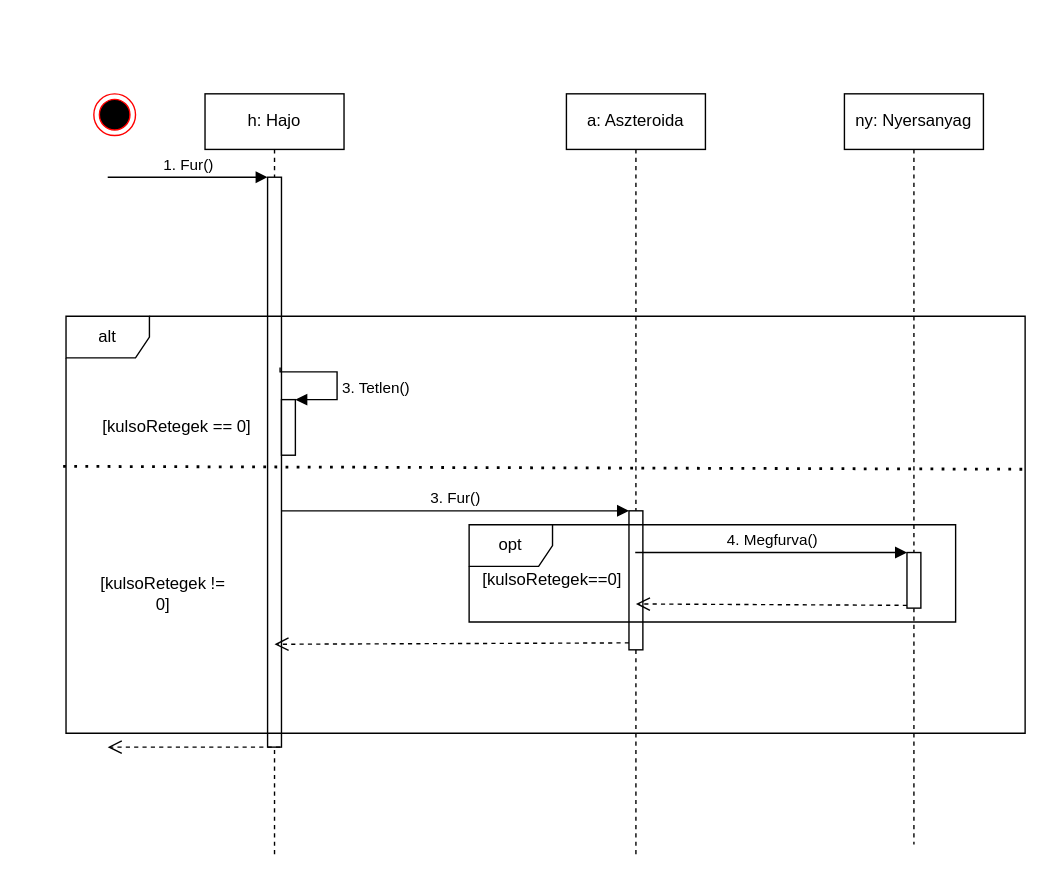
torpeBoiGo/aszteroidabanyaszat keeps this draw.io diagram as doc/uml/ship_drills.drawio. Above is the earlier version. Source tidied: cells renumbered, new cells numbered last; positions are measured from the earlier drawing's top-left corner, leaving out a move shared by most shapes. Both pictures are drawn from the tidied source at 139%, with x=0, y=0 at pixel (65, 93).
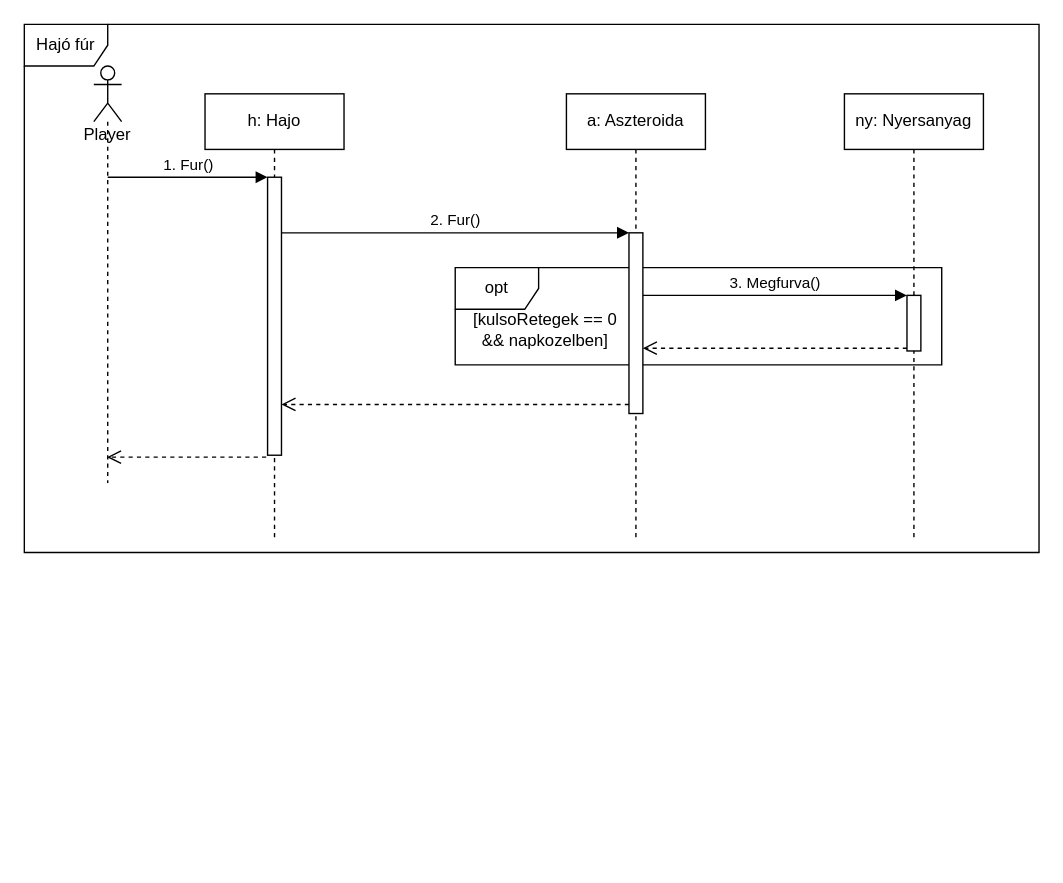
Above is the later version.

The edit, as a diff of the source:
```diff
@@
+    <mxCell id="23" value="Hajó fúr" style="shape=umlFrame;whiteSpace=wrap;html=1;" parent="1" vertex="1">
+      <mxGeometry x="-30" y="-50" width="730" height="380" as="geometry" />
+    </mxCell>
+    <mxCell id="20" value="opt" style="shape=umlFrame;whiteSpace=wrap;html=1;" parent="1" vertex="1">
+      <mxGeometry x="280" y="125" width="350" height="70" as="geometry" />
+    </mxCell>
     <mxCell id="2" value="h: Hajo" style="shape=umlLifeline;perimeter=lifelinePerimeter;whiteSpace=wrap;html=1;" parent="1" vertex="1">
-      <mxGeometry x="100" width="100" height="550" as="geometry" />
+      <mxGeometry x="100" width="100" height="320" as="geometry" />
     </mxCell>
     <mxCell id="3" style="html=1;points=[];perimeter=orthogonalPerimeter;" parent="2" vertex="1">
-      <mxGeometry x="45" y="60" width="10" height="410" as="geometry" />
+      <mxGeometry x="45" y="60" width="10" height="200" as="geometry" />
     </mxCell>
@@
-    <mxCell id="5" style="html=1;verticalAlign=bottom;endArrow=open;dashed=1;endSize=8;" parent="2" edge="1">
-      <mxGeometry x="0.24" y="77" relative="1" as="geometry">
-        <mxPoint x="54" y="470" as="sourcePoint" />
-        <mxPoint x="-70" y="470" as="targetPoint" />
-      </mxGeometry>
-    </mxCell>
-    <mxCell id="6" style="html=1;points=[];perimeter=orthogonalPerimeter;" parent="2" vertex="1">
-      <mxGeometry x="55" y="220" width="10" height="40" as="geometry" />
-    </mxCell>
-    <mxCell id="7" value="3. Tetlen()" style="edgeStyle=orthogonalEdgeStyle;html=1;align=left;spacingLeft=2;endArrow=block;rounded=0;entryX=1;entryY=0;exitX=0.9;exitY=0.334;exitDx=0;exitDy=0;exitPerimeter=0;" parent="2" edge="1" source="3" target="6">
-      <mxGeometry x="0.2" relative="1" as="geometry">
-        <Array as="points">
-          <mxPoint x="54" y="200" />
-          <mxPoint x="95" y="200" />
-          <mxPoint x="95" y="220" />
-        </Array>
-      </mxGeometry>
-    </mxCell>
     <mxCell id="8" value="a: Aszteroida" style="shape=umlLifeline;perimeter=lifelinePerimeter;whiteSpace=wrap;html=1;outlineConnect=0;" parent="1" vertex="1">
-      <mxGeometry x="360" width="100" height="550" as="geometry" />
+      <mxGeometry x="360" width="100" height="320" as="geometry" />
     </mxCell>
     <mxCell id="9" style="html=1;points=[];perimeter=orthogonalPerimeter;" parent="8" vertex="1">
-      <mxGeometry x="45" y="300" width="10" height="100" as="geometry" />
+      <mxGeometry x="45" y="100" width="10" height="130" as="geometry" />
     </mxCell>
-    <mxCell id="10" value="3. Fur()" style="html=1;verticalAlign=bottom;endArrow=block;entryX=0;entryY=0;" parent="1" edge="1" source="3" target="9">
+    <mxCell id="10" value="2. Fur()" style="html=1;verticalAlign=bottom;endArrow=block;entryX=0;entryY=0;" parent="1" edge="1" source="3" target="9">
       <mxGeometry relative="1" as="geometry" />
     </mxCell>
-    <mxCell id="11" style="html=1;verticalAlign=bottom;endArrow=open;dashed=1;endSize=8;exitX=0;exitY=0.95;" parent="1" edge="1" source="9">
-      <mxGeometry x="0.02" y="54" relative="1" as="geometry">
-        <mxPoint x="150" y="396" as="targetPoint" />
-      </mxGeometry>
+    <mxCell id="11" style="html=1;verticalAlign=bottom;endArrow=open;dashed=1;endSize=8;exitX=0;exitY=0.95;" parent="1" edge="1" source="9" target="3">
+      <mxGeometry x="0.02" y="54" relative="1" as="geometry" />
     </mxCell>
-    <mxCell id="12" value="alt" style="shape=umlFrame;whiteSpace=wrap;html=1;" parent="1" vertex="1">
-      <mxGeometry y="160" width="690" height="300" as="geometry" />
-    </mxCell>
-    <mxCell id="13" style="endArrow=none;dashed=1;html=1;dashPattern=1 3;strokeWidth=2;exitX=-0.003;exitY=0.36;exitDx=0;exitDy=0;exitPerimeter=0;entryX=1.003;entryY=0.367;entryDx=0;entryDy=0;entryPerimeter=0;" parent="1" edge="1" source="12" target="12">
-      <mxGeometry relative="1" as="geometry" />
-    </mxCell>
-    <mxCell id="14" value="[kulsoRetegek == 0]" style="text;html=1;strokeColor=none;fillColor=none;align=center;verticalAlign=middle;whiteSpace=wrap;rounded=0;" parent="1" vertex="1">
-      <mxGeometry x="20" y="230" width="120" height="20" as="geometry" />
-    </mxCell>
-    <mxCell id="15" value="[kulsoRetegek != 0]" style="text;html=1;strokeColor=none;fillColor=none;align=center;verticalAlign=middle;whiteSpace=wrap;rounded=0;" parent="1" vertex="1">
-      <mxGeometry x="20" y="350" width="100" height="20" as="geometry" />
-    </mxCell>
     <mxCell id="16" value="ny: Nyersanyag" style="shape=umlLifeline;perimeter=lifelinePerimeter;whiteSpace=wrap;html=1;" parent="1" vertex="1">
-      <mxGeometry x="560" width="100" height="540" as="geometry" />
+      <mxGeometry x="560" width="100" height="320" as="geometry" />
     </mxCell>
     <mxCell id="17" style="html=1;points=[];perimeter=orthogonalPerimeter;" parent="16" vertex="1">
-      <mxGeometry x="45" y="330" width="10" height="40" as="geometry" />
+      <mxGeometry x="45" y="145" width="10" height="40" as="geometry" />
     </mxCell>
-    <mxCell id="18" value="4. Megfurva()" style="html=1;verticalAlign=bottom;endArrow=block;entryX=0;entryY=0;" parent="1" edge="1" source="8" target="17">
+    <mxCell id="18" value="3. Megfurva()" style="html=1;verticalAlign=bottom;endArrow=block;entryX=0;entryY=0;" parent="1" edge="1" source="9" target="17">
       <mxGeometry relative="1" as="geometry" />
     </mxCell>
-    <mxCell id="19" style="html=1;verticalAlign=bottom;endArrow=open;dashed=1;endSize=8;exitX=0;exitY=0.95;" parent="1" edge="1" source="17">
-      <mxGeometry x="-0.09" y="52" relative="1" as="geometry">
-        <mxPoint x="410" y="367" as="targetPoint" />
-      </mxGeometry>
+    <mxCell id="19" style="html=1;verticalAlign=bottom;endArrow=open;dashed=1;endSize=8;exitX=0;exitY=0.95;" parent="1" edge="1" source="17" target="9">
+      <mxGeometry x="-0.09" y="52" relative="1" as="geometry" />
     </mxCell>
-    <mxCell id="20" value="opt" style="shape=umlFrame;whiteSpace=wrap;html=1;" parent="1" vertex="1">
-      <mxGeometry x="290" y="310" width="350" height="70" as="geometry" />
-    </mxCell>
-    <mxCell id="21" value="[kulsoRetegek==0]" style="text;html=1;strokeColor=none;fillColor=none;align=center;verticalAlign=middle;whiteSpace=wrap;rounded=0;" parent="1" vertex="1">
-      <mxGeometry x="330" y="340" width="40" height="20" as="geometry" />
+    <mxCell id="21" value="[kulsoRetegek == 0 &amp;amp;&amp;amp; napkozelben]" style="text;html=1;strokeColor=none;fillColor=none;align=center;verticalAlign=middle;whiteSpace=wrap;rounded=0;" parent="1" vertex="1">
+      <mxGeometry x="290" y="160" width="110" height="20" as="geometry" />
     </mxCell>
-    <mxCell id="22" style="ellipse;html=1;shape=endState;fillColor=#000000;strokeColor=#ff0000;" parent="1" vertex="1">
-      <mxGeometry x="20" width="30" height="30" as="geometry" />
-    </mxCell>
+    <mxCell id="24" value="Player" style="shape=umlLifeline;participant=umlActor;perimeter=lifelinePerimeter;whiteSpace=wrap;html=1;verticalAlign=top;spacingTop=36;outlineConnect=0;" parent="1" vertex="1">
+      <mxGeometry x="20" y="-20" width="20" height="300" as="geometry" />
+    </mxCell>
+    <mxCell id="5" style="html=1;verticalAlign=bottom;endArrow=open;dashed=1;endSize=8;exitX=-0.1;exitY=1.007;exitDx=0;exitDy=0;exitPerimeter=0;" parent="1" edge="1" source="3" target="24">
+      <mxGeometry x="0.24" y="77" relative="1" as="geometry" />
+    </mxCell>
```
